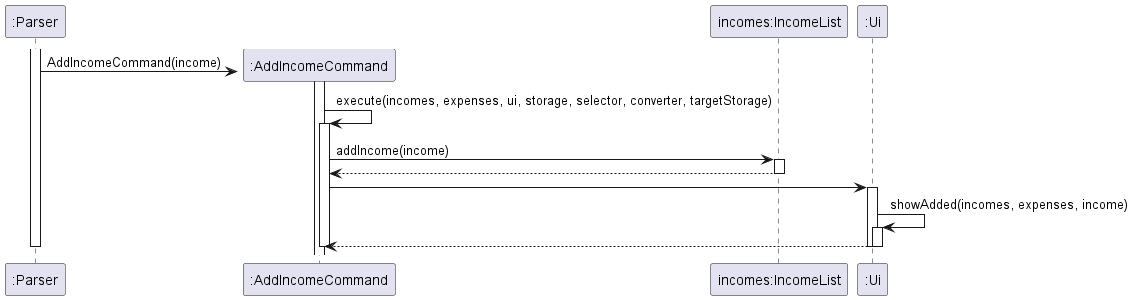
The PlantUML diagram docs/images/AddIncomeCommand_Sequence_Diagram.png in nus-cs2113-AY2223S2/tp, before a commit. Its diagram source:
```plantuml
@startuml
participant ":Parser" as Parser
participant ":AddIncomeCommand" as AddIncomeCommand
participant "incomes:IncomeList" as IncomeList
participant ":Ui" as Ui

activate Parser
create AddIncomeCommand
activate AddIncomeCommand
Parser -> AddIncomeCommand : AddIncomeCommand(income)
AddIncomeCommand -> AddIncomeCommand : execute(incomes, expenses, ui, storage, selector, converter, targetStorage)

activate AddIncomeCommand

AddIncomeCommand -> IncomeList : addIncome(income)
activate IncomeList
IncomeList --> AddIncomeCommand
deactivate IncomeList

AddIncomeCommand -> Ui
activate Ui
Ui -> Ui : showAdded(incomes, expenses, income)
activate Ui
Ui --> AddIncomeCommand
deactivate Ui


deactivate AddIncomeCommand
deactivate IncomeList
deactivate Parser
deactivate Ui

@enduml
```
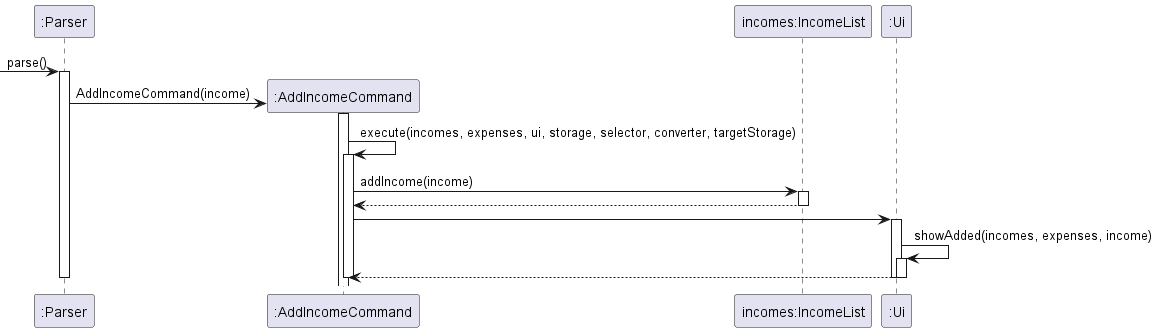
The same file after the commit.

Commit message:
further clean up of uml diagrams

What changed in the source:
```diff
@@ -1,29 +1,33 @@
 @startuml
+
 participant ":Parser" as Parser
 participant ":AddIncomeCommand" as AddIncomeCommand
 participant "incomes:IncomeList" as IncomeList
 participant ":Ui" as Ui
 
+[-> Parser : parse()
 activate Parser
+
 create AddIncomeCommand
+Parser -> AddIncomeCommand : AddIncomeCommand(income)
+
 activate AddIncomeCommand
-Parser -> AddIncomeCommand : AddIncomeCommand(income)
 AddIncomeCommand -> AddIncomeCommand : execute(incomes, expenses, ui, storage, selector, converter, targetStorage)
 
 activate AddIncomeCommand
+AddIncomeCommand -> IncomeList : addIncome(income)
 
-AddIncomeCommand -> IncomeList : addIncome(income)
 activate IncomeList
 IncomeList --> AddIncomeCommand
 deactivate IncomeList
 
 AddIncomeCommand -> Ui
+
 activate Ui
 Ui -> Ui : showAdded(incomes, expenses, income)
 activate Ui
 Ui --> AddIncomeCommand
 deactivate Ui
-
 
 deactivate AddIncomeCommand
 deactivate IncomeList
```
